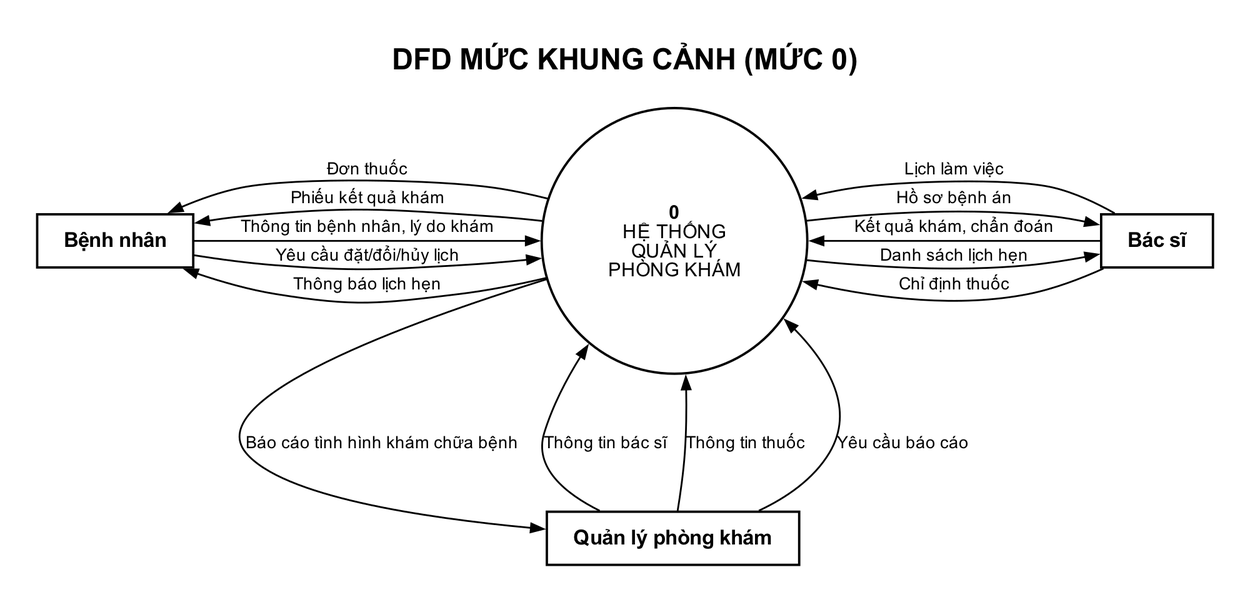
Earlier version of the Graphviz export ban-nang-cao/02-DFD-muc-0-khung-canh.png (DamDucThinh/quan-ly-phong-kham). Its source is kept beside it as nguon/02-DFD-muc-0-khung-canh.gv.
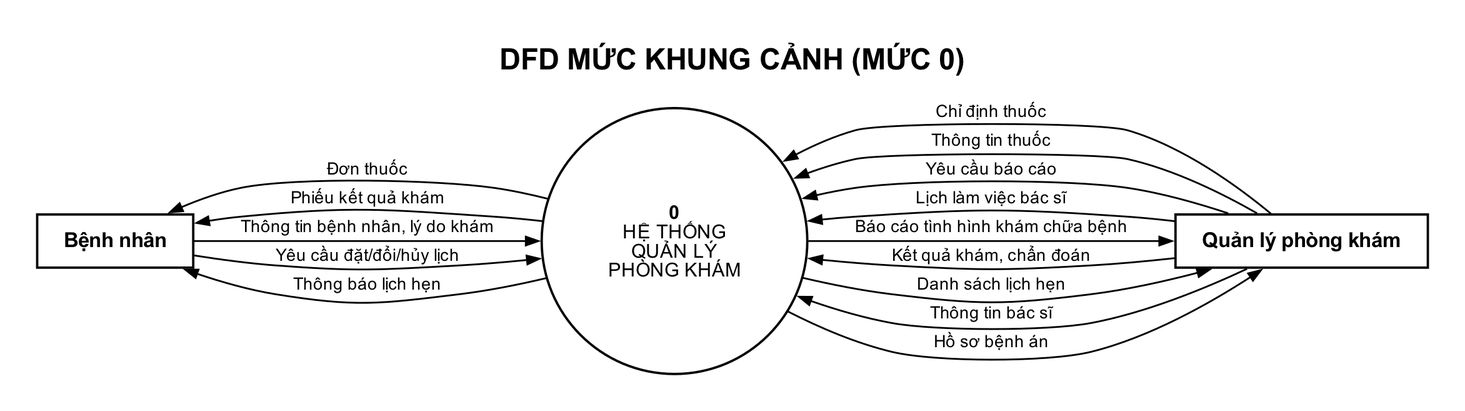
The same diagram one commit later.

Diff of the diagram source:
```diff
@@ -3,22 +3,21 @@
   node [fontname="Arial", color="black"];
   edge [fontname="Arial", fontsize=11.5, arrowsize=0.85, penwidth=1.2];
   BN [shape=box, style="filled,bold", fillcolor="#ffffff", penwidth=1.6, margin="0.25,0.14", fontsize=14, label=<<B>Bệnh nhân</B>>];
-  BS [shape=box, style="filled,bold", fillcolor="#ffffff", penwidth=1.6, margin="0.25,0.14", fontsize=14, label=<<B>Bác sĩ</B>>];
   QL [shape=box, style="filled,bold", fillcolor="#ffffff", penwidth=1.6, margin="0.25,0.14", fontsize=14, label=<<B>Quản lý phòng khám</B>>];
   HT [shape=circle, fixedsize=true, width=2.5, penwidth=1.6, fontsize=13, label=<<B>0</B><BR/>HỆ THỐNG<BR/>QUẢN LÝ<BR/>PHÒNG KHÁM>];
-  {rank=same; BN; HT; BS;}
+  {rank=same; BN; HT; QL;}
   BN -> HT [label=<Yêu cầu đặt/đổi/hủy lịch>];
   BN -> HT [label=<Thông tin bệnh nhân, lý do khám>];
   HT -> BN [label=<Thông báo lịch hẹn>];
   HT -> BN [label=<Phiếu kết quả khám>];
   HT -> BN [label=<Đơn thuốc>];
-  BS -> HT [label=<Lịch làm việc>];
-  BS -> HT [label=<Kết quả khám, chẩn đoán>];
-  BS -> HT [label=<Chỉ định thuốc>];
-  HT -> BS [label=<Danh sách lịch hẹn>];
-  HT -> BS [label=<Hồ sơ bệnh án>];
   QL -> HT [label=<Thông tin bác sĩ>];
+  QL -> HT [label=<Lịch làm việc bác sĩ>];
   QL -> HT [label=<Thông tin thuốc>];
+  QL -> HT [label=<Kết quả khám, chẩn đoán>];
+  QL -> HT [label=<Chỉ định thuốc>];
   QL -> HT [label=<Yêu cầu báo cáo>];
+  HT -> QL [label=<Danh sách lịch hẹn>];
+  HT -> QL [label=<Hồ sơ bệnh án>];
   HT -> QL [label=<Báo cáo tình hình khám chữa bệnh>];
 }
```
